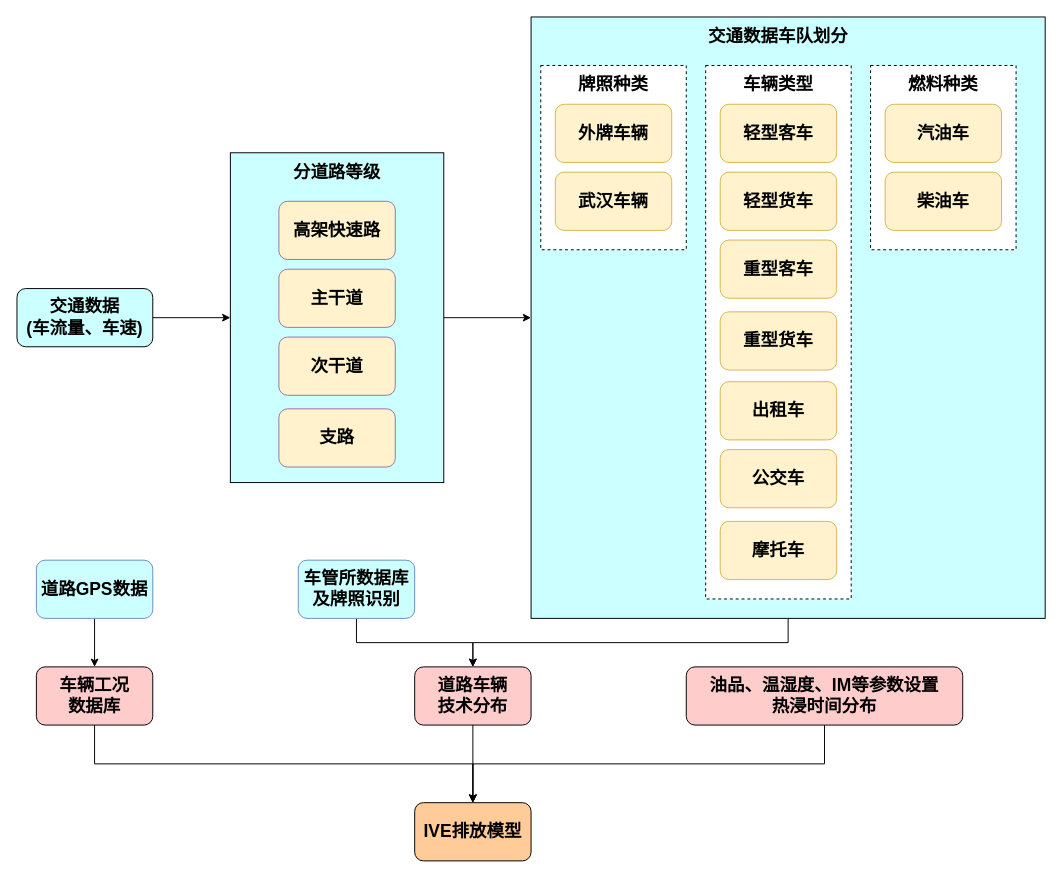
Earlier version of the draw.io diagram IVE数据输入框图.drawio (WienWong/Misc). Source tidied: cells renumbered, new cells numbered last; positions are measured from the earlier drawing's top-left corner, leaving out a move shared by most shapes. Both pictures are drawn from the tidied source at 97%, with x=0, y=0 at pixel (16, 16).
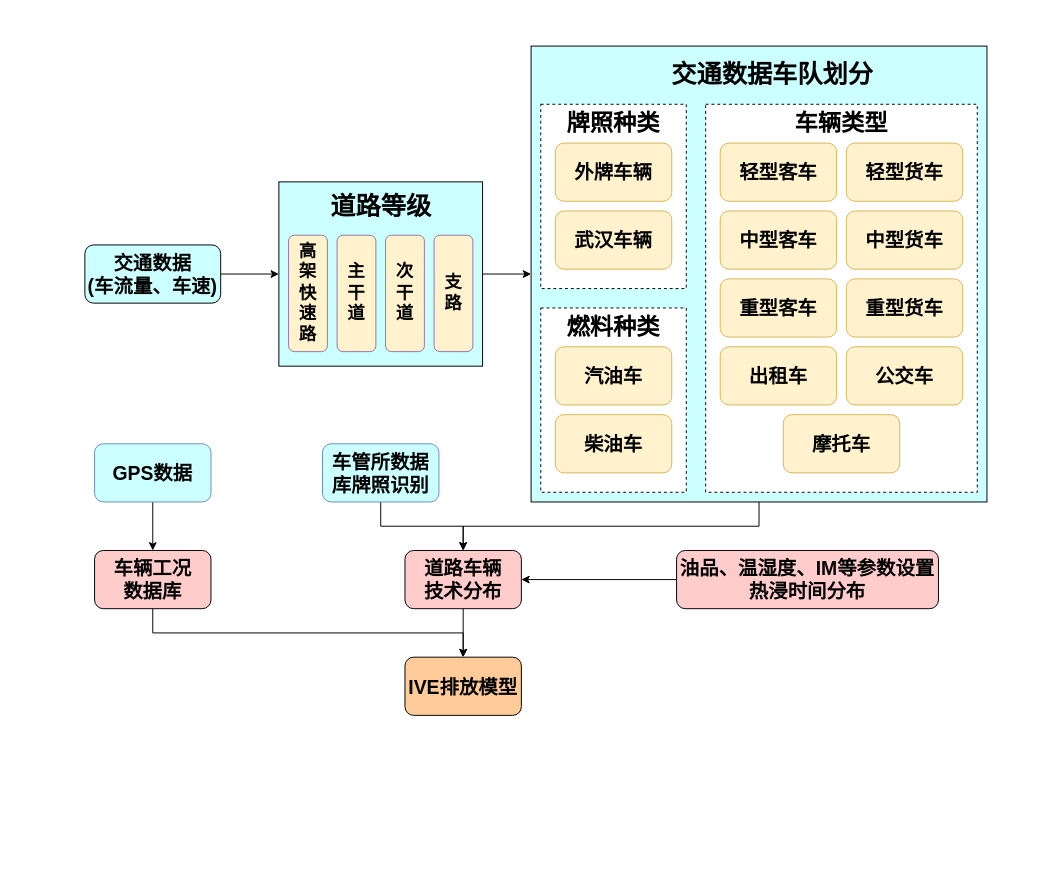
Above is the later version.

Commit message:
Update IVE数据输入框图.drawio

Diff of the diagram source:
```diff
@@
-    <mxCell id="2" style="edgeStyle=orthogonalEdgeStyle;rounded=0;jettySize=auto;html=1;exitX=1;exitY=0.5;exitDx=0;exitDy=0;" parent="1" edge="1" source="3" target="5">
+    <mxCell id="2" style="edgeStyle=orthogonalEdgeStyle;rounded=0;jettySize=auto;html=1;exitX=1;exitY=0.5;exitDx=0;exitDy=0;entryX=0;entryY=0.5;entryDx=0;entryDy=0;" parent="1" edge="1" source="3" target="5">
       <mxGeometry relative="1" as="geometry" />
     </mxCell>
-    <mxCell id="3" value="&lt;font style=&quot;font-size: 18px&quot;&gt;&lt;b&gt;交通数据&lt;br&gt;(车流量、车速)&lt;/b&gt;&lt;/font&gt;" style="rounded=1;whiteSpace=wrap;html=1;fillColor=#CCFFFF;" parent="1" vertex="1">
-      <mxGeometry y="280" width="140" height="60" as="geometry" />
+    <mxCell id="3" value="&lt;font style=&quot;font-size: 20px&quot;&gt;&lt;b&gt;交通数据&lt;br&gt;(车流量、车速)&lt;/b&gt;&lt;/font&gt;" style="rounded=1;whiteSpace=wrap;html=1;fillColor=#CCFFFF;fontSize=20;" parent="1" vertex="1">
+      <mxGeometry x="70" y="235" width="140" height="60" as="geometry" />
     </mxCell>
-    <mxCell id="4" style="edgeStyle=orthogonalEdgeStyle;rounded=0;jettySize=auto;html=1;exitX=1;exitY=0.5;exitDx=0;exitDy=0;" parent="1" edge="1" source="5" target="12">
+    <mxCell id="4" style="edgeStyle=orthogonalEdgeStyle;rounded=0;jettySize=auto;html=1;exitX=1;exitY=0.5;exitDx=0;exitDy=0;entryX=0;entryY=0.5;entryDx=0;entryDy=0;" parent="1" edge="1" source="5" target="12">
       <mxGeometry relative="1" as="geometry" />
     </mxCell>
     <mxCell id="5" style="rounded=0;whiteSpace=wrap;html=1;fillColor=#CCFFFF;" parent="1" vertex="1">
-      <mxGeometry x="220" y="140" width="220" height="340" as="geometry" />
+      <mxGeometry x="270" y="170" width="210" height="190" as="geometry" />
     </mxCell>
-    <mxCell id="6" value="&lt;font style=&quot;font-size: 18px&quot;&gt;&lt;b&gt;高架快速路&lt;/b&gt;&lt;/font&gt;" style="rounded=1;whiteSpace=wrap;html=1;strokeColor=#9673a6;fillColor=#FFF2CC;" parent="1" vertex="1">
-      <mxGeometry x="270" y="190" width="120" height="60" as="geometry" />
+    <mxCell id="6" value="&lt;font style=&quot;font-size: 18px&quot;&gt;&lt;b&gt;高&lt;br&gt;架&lt;br&gt;快&lt;br&gt;速&lt;br&gt;路&lt;/b&gt;&lt;/font&gt;" style="rounded=1;whiteSpace=wrap;html=1;strokeColor=#9673a6;fillColor=#FFF2CC;" parent="1" vertex="1">
+      <mxGeometry x="280" y="225" width="40" height="120" as="geometry" />
     </mxCell>
-    <mxCell id="7" value="&lt;font style=&quot;font-size: 18px&quot;&gt;&lt;b&gt;主干道&lt;/b&gt;&lt;/font&gt;" style="rounded=1;whiteSpace=wrap;html=1;strokeColor=#9673a6;fillColor=#FFF2CC;" parent="1" vertex="1">
-      <mxGeometry x="270" y="260" width="120" height="60" as="geometry" />
-    </mxCell>
-    <mxCell id="8" value="&lt;font style=&quot;font-size: 18px&quot;&gt;&lt;b&gt;次干道&lt;/b&gt;&lt;/font&gt;" style="rounded=1;whiteSpace=wrap;html=1;strokeColor=#9673a6;fillColor=#FFF2CC;" parent="1" vertex="1">
-      <mxGeometry x="270" y="330" width="120" height="60" as="geometry" />
-    </mxCell>
-    <mxCell id="9" value="&lt;font style=&quot;font-size: 18px&quot;&gt;&lt;b&gt;支路&lt;/b&gt;&lt;/font&gt;" style="rounded=1;whiteSpace=wrap;html=1;strokeColor=#9673a6;fillColor=#FFF2CC;" parent="1" vertex="1">
-      <mxGeometry x="270" y="404" width="120" height="60" as="geometry" />
-    </mxCell>
-    <mxCell id="10" value="&lt;font style=&quot;font-size: 18px&quot;&gt;&lt;b&gt;分道路等级&lt;/b&gt;&lt;/font&gt;" style="text;html=1;strokeColor=none;fillColor=none;align=center;verticalAlign=middle;whiteSpace=wrap;rounded=0;" parent="1" vertex="1">
-      <mxGeometry x="275" y="150" width="110" height="20" as="geometry" />
+    <mxCell id="10" value="&lt;font style=&quot;font-size: 26px&quot;&gt;&lt;b&gt;道路等级&lt;/b&gt;&lt;/font&gt;" style="text;html=1;strokeColor=none;fillColor=none;align=center;verticalAlign=middle;whiteSpace=wrap;rounded=0;" parent="1" vertex="1">
+      <mxGeometry x="293.8" y="186" width="162.5" height="20" as="geometry" />
     </mxCell>
@@
     <mxCell id="12" style="rounded=0;whiteSpace=wrap;html=1;fillColor=#CCFFFF;" parent="1" vertex="1">
-      <mxGeometry x="530" width="530" height="620" as="geometry" />
+      <mxGeometry x="530" y="30" width="470" height="470" as="geometry" />
     </mxCell>
-    <mxCell id="13" value="&lt;font style=&quot;font-size: 18px&quot;&gt;&lt;b&gt;交通数据车队划分&lt;/b&gt;&lt;/font&gt;" style="text;html=1;strokeColor=none;fillColor=none;align=center;verticalAlign=middle;whiteSpace=wrap;rounded=0;" parent="1" vertex="1">
-      <mxGeometry x="705" y="10" width="160" height="20" as="geometry" />
+    <mxCell id="13" value="&lt;font style=&quot;font-size: 26px&quot;&gt;&lt;b&gt;交通数据车队划分&lt;/b&gt;&lt;/font&gt;" style="text;html=1;strokeColor=none;fillColor=none;align=center;verticalAlign=middle;whiteSpace=wrap;rounded=0;fontSize=26;" parent="1" vertex="1">
+      <mxGeometry x="620" y="50" width="317.5" height="20" as="geometry" />
     </mxCell>
     <mxCell id="14" style="rounded=0;whiteSpace=wrap;html=1;dashed=1;" parent="1" vertex="1">
-      <mxGeometry x="540" y="50" width="150" height="190" as="geometry" />
+      <mxGeometry x="540" y="90" width="150" height="190" as="geometry" />
     </mxCell>
-    <mxCell id="15" value="&lt;font style=&quot;font-size: 18px&quot;&gt;&lt;b&gt;牌照种类&lt;/b&gt;&lt;/font&gt;" style="text;html=1;strokeColor=none;fillColor=none;align=center;verticalAlign=middle;whiteSpace=wrap;rounded=0;" parent="1" vertex="1">
-      <mxGeometry x="560" y="60" width="110" height="20" as="geometry" />
+    <mxCell id="15" value="&lt;font style=&quot;font-size: 24px&quot;&gt;&lt;b&gt;牌照种类&lt;/b&gt;&lt;/font&gt;" style="text;html=1;strokeColor=none;fillColor=none;align=center;verticalAlign=middle;whiteSpace=wrap;rounded=0;" parent="1" vertex="1">
+      <mxGeometry x="560" y="100" width="110" height="20" as="geometry" />
     </mxCell>
-    <mxCell id="16" value="&lt;font style=&quot;font-size: 18px&quot;&gt;&lt;b&gt;外牌车辆&lt;/b&gt;&lt;/font&gt;" style="rounded=1;whiteSpace=wrap;html=1;fillColor=#fff2cc;strokeColor=#d6b656;" parent="1" vertex="1">
-      <mxGeometry x="555" y="90" width="120" height="60" as="geometry" />
+    <mxCell id="16" value="&lt;font style=&quot;font-size: 20px&quot;&gt;&lt;b&gt;外牌车辆&lt;/b&gt;&lt;/font&gt;" style="rounded=1;whiteSpace=wrap;html=1;fillColor=#fff2cc;strokeColor=#d6b656;" parent="1" vertex="1">
+      <mxGeometry x="555" y="130" width="120" height="60" as="geometry" />
     </mxCell>
-    <mxCell id="17" value="&lt;font style=&quot;font-size: 18px&quot;&gt;&lt;b&gt;武汉车辆&lt;/b&gt;&lt;/font&gt;" style="rounded=1;whiteSpace=wrap;html=1;fillColor=#fff2cc;strokeColor=#d6b656;" parent="1" vertex="1">
-      <mxGeometry x="555" y="160" width="120" height="60" as="geometry" />
+    <mxCell id="17" value="&lt;font style=&quot;font-size: 20px&quot;&gt;&lt;b&gt;武汉车辆&lt;/b&gt;&lt;/font&gt;" style="rounded=1;whiteSpace=wrap;html=1;fillColor=#fff2cc;strokeColor=#d6b656;" parent="1" vertex="1">
+      <mxGeometry x="555" y="200" width="120" height="60" as="geometry" />
     </mxCell>
     <mxCell id="18" style="rounded=0;whiteSpace=wrap;html=1;dashed=1;" parent="1" vertex="1">
-      <mxGeometry x="710" y="50" width="150" height="550" as="geometry" />
+      <mxGeometry x="710" y="90" width="280" height="400" as="geometry" />
     </mxCell>
-    <mxCell id="19" value="&lt;font style=&quot;font-size: 18px&quot;&gt;&lt;b&gt;车辆类型&lt;/b&gt;&lt;/font&gt;" style="text;html=1;strokeColor=none;fillColor=none;align=center;verticalAlign=middle;whiteSpace=wrap;rounded=0;" parent="1" vertex="1">
-      <mxGeometry x="730" y="60" width="110" height="20" as="geometry" />
+    <mxCell id="19" value="&lt;font style=&quot;font-size: 24px&quot;&gt;&lt;b&gt;车辆类型&lt;/b&gt;&lt;/font&gt;" style="text;html=1;strokeColor=none;fillColor=none;align=center;verticalAlign=middle;whiteSpace=wrap;rounded=0;" parent="1" vertex="1">
+      <mxGeometry x="795" y="100" width="110" height="20" as="geometry" />
     </mxCell>
-    <mxCell id="20" value="&lt;font style=&quot;font-size: 18px&quot;&gt;&lt;b&gt;轻型客车&lt;/b&gt;&lt;/font&gt;" style="rounded=1;whiteSpace=wrap;html=1;fillColor=#fff2cc;strokeColor=#d6b656;" parent="1" vertex="1">
-      <mxGeometry x="725" y="90" width="120" height="60" as="geometry" />
+    <mxCell id="20" value="&lt;font style=&quot;font-size: 20px&quot;&gt;&lt;b&gt;轻型客车&lt;/b&gt;&lt;/font&gt;" style="rounded=1;whiteSpace=wrap;html=1;fillColor=#fff2cc;strokeColor=#d6b656;" parent="1" vertex="1">
+      <mxGeometry x="725" y="130" width="120" height="60" as="geometry" />
     </mxCell>
-    <mxCell id="21" value="&lt;font style=&quot;font-size: 18px&quot;&gt;&lt;b&gt;轻型货车&lt;/b&gt;&lt;/font&gt;" style="rounded=1;whiteSpace=wrap;html=1;fillColor=#fff2cc;strokeColor=#d6b656;" parent="1" vertex="1">
-      <mxGeometry x="725" y="160" width="120" height="60" as="geometry" />
+    <mxCell id="21" value="&lt;font style=&quot;font-size: 20px&quot;&gt;&lt;b&gt;轻型货车&lt;/b&gt;&lt;/font&gt;" style="rounded=1;whiteSpace=wrap;html=1;fillColor=#fff2cc;strokeColor=#d6b656;" parent="1" vertex="1">
+      <mxGeometry x="855" y="130" width="120" height="60" as="geometry" />
     </mxCell>
-    <mxCell id="22" value="&lt;font style=&quot;font-size: 18px&quot;&gt;&lt;b&gt;重型客车&lt;/b&gt;&lt;/font&gt;" style="rounded=1;whiteSpace=wrap;html=1;fillColor=#fff2cc;strokeColor=#d6b656;" parent="1" vertex="1">
-      <mxGeometry x="725" y="230" width="120" height="60" as="geometry" />
+    <mxCell id="22" value="&lt;font style=&quot;font-size: 20px&quot;&gt;&lt;b&gt;重型客车&lt;/b&gt;&lt;/font&gt;" style="rounded=1;whiteSpace=wrap;html=1;fillColor=#fff2cc;strokeColor=#d6b656;" parent="1" vertex="1">
+      <mxGeometry x="725" y="270" width="120" height="60" as="geometry" />
     </mxCell>
-    <mxCell id="23" value="&lt;font style=&quot;font-size: 18px&quot;&gt;&lt;b&gt;重型货车&lt;/b&gt;&lt;/font&gt;" style="rounded=1;whiteSpace=wrap;html=1;fillColor=#fff2cc;strokeColor=#d6b656;" parent="1" vertex="1">
-      <mxGeometry x="725" y="304" width="120" height="60" as="geometry" />
+    <mxCell id="23" value="&lt;font style=&quot;font-size: 20px&quot;&gt;&lt;b&gt;中型货车&lt;/b&gt;&lt;/font&gt;" style="rounded=1;whiteSpace=wrap;html=1;fillColor=#fff2cc;strokeColor=#d6b656;" parent="1" vertex="1">
+      <mxGeometry x="855" y="200" width="120" height="60" as="geometry" />
     </mxCell>
-    <mxCell id="24" value="&lt;font style=&quot;font-size: 18px&quot;&gt;&lt;b&gt;出租车&lt;/b&gt;&lt;/font&gt;" style="rounded=1;whiteSpace=wrap;html=1;fillColor=#fff2cc;strokeColor=#d6b656;" parent="1" vertex="1">
-      <mxGeometry x="725" y="376" width="120" height="60" as="geometry" />
+    <mxCell id="24" value="&lt;font style=&quot;font-size: 20px&quot;&gt;&lt;b&gt;出租车&lt;/b&gt;&lt;/font&gt;" style="rounded=1;whiteSpace=wrap;html=1;fillColor=#fff2cc;strokeColor=#d6b656;" parent="1" vertex="1">
+      <mxGeometry x="725" y="340" width="120" height="60" as="geometry" />
     </mxCell>
-    <mxCell id="25" value="&lt;font style=&quot;font-size: 18px&quot;&gt;&lt;b&gt;公交车&lt;/b&gt;&lt;/font&gt;" style="rounded=1;whiteSpace=wrap;html=1;fillColor=#fff2cc;strokeColor=#d6b656;" parent="1" vertex="1">
-      <mxGeometry x="725" y="446" width="120" height="60" as="geometry" />
+    <mxCell id="25" value="&lt;font style=&quot;font-size: 20px&quot;&gt;&lt;b&gt;公交车&lt;/b&gt;&lt;/font&gt;" style="rounded=1;whiteSpace=wrap;html=1;fillColor=#fff2cc;strokeColor=#d6b656;" parent="1" vertex="1">
+      <mxGeometry x="855" y="340" width="120" height="60" as="geometry" />
     </mxCell>
-    <mxCell id="26" value="&lt;font style=&quot;font-size: 18px&quot;&gt;&lt;b&gt;摩托车&lt;/b&gt;&lt;/font&gt;" style="rounded=1;whiteSpace=wrap;html=1;fillColor=#fff2cc;strokeColor=#d6b656;" parent="1" vertex="1">
-      <mxGeometry x="725" y="520" width="120" height="60" as="geometry" />
+    <mxCell id="26" value="&lt;font style=&quot;font-size: 20px&quot;&gt;&lt;b&gt;摩托车&lt;/b&gt;&lt;/font&gt;" style="rounded=1;whiteSpace=wrap;html=1;fillColor=#fff2cc;strokeColor=#d6b656;" parent="1" vertex="1">
+      <mxGeometry x="790" y="410" width="120" height="60" as="geometry" />
     </mxCell>
     <mxCell id="27" style="rounded=0;whiteSpace=wrap;html=1;dashed=1;" parent="1" vertex="1">
-      <mxGeometry x="880" y="50" width="150" height="190" as="geometry" />
+      <mxGeometry x="540" y="300" width="150" height="190" as="geometry" />
     </mxCell>
-    <mxCell id="28" value="&lt;font style=&quot;font-size: 18px&quot;&gt;&lt;b&gt;燃料种类&lt;/b&gt;&lt;/font&gt;" style="text;html=1;strokeColor=none;fillColor=none;align=center;verticalAlign=middle;whiteSpace=wrap;rounded=0;" parent="1" vertex="1">
-      <mxGeometry x="900" y="60" width="110" height="20" as="geometry" />
+    <mxCell id="28" value="&lt;font style=&quot;font-size: 24px&quot;&gt;&lt;b&gt;燃料种类&lt;/b&gt;&lt;/font&gt;" style="text;html=1;strokeColor=none;fillColor=none;align=center;verticalAlign=middle;whiteSpace=wrap;rounded=0;" parent="1" vertex="1">
+      <mxGeometry x="560" y="310" width="110" height="20" as="geometry" />
     </mxCell>
-    <mxCell id="29" value="&lt;font style=&quot;font-size: 18px&quot;&gt;&lt;b&gt;汽油车&lt;/b&gt;&lt;/font&gt;" style="rounded=1;whiteSpace=wrap;html=1;fillColor=#fff2cc;strokeColor=#d6b656;" parent="1" vertex="1">
-      <mxGeometry x="895" y="90" width="120" height="60" as="geometry" />
+    <mxCell id="29" value="&lt;font style=&quot;font-size: 20px&quot;&gt;&lt;b&gt;汽油车&lt;/b&gt;&lt;/font&gt;" style="rounded=1;whiteSpace=wrap;html=1;fillColor=#fff2cc;strokeColor=#d6b656;" parent="1" vertex="1">
+      <mxGeometry x="555" y="340" width="120" height="60" as="geometry" />
     </mxCell>
-    <mxCell id="30" value="&lt;font style=&quot;font-size: 18px&quot;&gt;&lt;b&gt;柴油车&lt;/b&gt;&lt;/font&gt;" style="rounded=1;whiteSpace=wrap;html=1;fillColor=#fff2cc;strokeColor=#d6b656;" parent="1" vertex="1">
-      <mxGeometry x="895" y="160" width="120" height="60" as="geometry" />
+    <mxCell id="30" value="&lt;font style=&quot;font-size: 20px&quot;&gt;&lt;b&gt;柴油车&lt;/b&gt;&lt;/font&gt;" style="rounded=1;whiteSpace=wrap;html=1;fillColor=#fff2cc;strokeColor=#d6b656;" parent="1" vertex="1">
+      <mxGeometry x="555" y="410" width="120" height="60" as="geometry" />
     </mxCell>
@@
-    <mxCell id="32" value="&lt;font style=&quot;font-size: 18px&quot;&gt;&lt;b&gt;道路GPS数据&lt;/b&gt;&lt;/font&gt;" style="rounded=1;whiteSpace=wrap;html=1;strokeColor=#6c8ebf;fillColor=#CCFFFF;" parent="1" vertex="1">
-      <mxGeometry x="20" y="560" width="120" height="60" as="geometry" />
+    <mxCell id="32" value="&lt;font style=&quot;font-size: 20px&quot;&gt;&lt;b&gt;GPS数据&lt;/b&gt;&lt;/font&gt;" style="rounded=1;whiteSpace=wrap;html=1;strokeColor=#6c8ebf;fillColor=#CCFFFF;" parent="1" vertex="1">
+      <mxGeometry x="80" y="440" width="120" height="60" as="geometry" />
     </mxCell>
@@
-    <mxCell id="34" value="&lt;font style=&quot;font-size: 18px&quot;&gt;&lt;b&gt;车管所数据库及牌照识别&lt;/b&gt;&lt;/font&gt;" style="rounded=1;whiteSpace=wrap;html=1;strokeColor=#6c8ebf;fillColor=#CCFFFF;" parent="1" vertex="1">
-      <mxGeometry x="290" y="560" width="120" height="60" as="geometry" />
+    <mxCell id="34" value="&lt;font style=&quot;font-size: 20px&quot;&gt;&lt;b&gt;车管所数据库牌照识别&lt;/b&gt;&lt;/font&gt;" style="rounded=1;whiteSpace=wrap;html=1;strokeColor=#6c8ebf;fillColor=#CCFFFF;" parent="1" vertex="1">
+      <mxGeometry x="315" y="440" width="120" height="60" as="geometry" />
     </mxCell>
@@
-    <mxCell id="36" value="&lt;font style=&quot;font-size: 18px&quot;&gt;&lt;b&gt;车辆工况&lt;br&gt;数据库&lt;/b&gt;&lt;/font&gt;" style="rounded=1;whiteSpace=wrap;html=1;fillColor=#FFCCCC;" parent="1" vertex="1">
-      <mxGeometry x="20" y="670" width="120" height="60" as="geometry" />
+    <mxCell id="36" value="&lt;font style=&quot;font-size: 20px&quot;&gt;&lt;b&gt;车辆工况&lt;br&gt;数据库&lt;/b&gt;&lt;/font&gt;" style="rounded=1;whiteSpace=wrap;html=1;fillColor=#FFCCCC;" parent="1" vertex="1">
+      <mxGeometry x="80" y="550" width="120" height="60" as="geometry" />
     </mxCell>
@@
-    <mxCell id="38" value="&lt;font style=&quot;font-size: 18px&quot;&gt;&lt;b&gt;道路车辆&lt;br&gt;技术分布&lt;/b&gt;&lt;/font&gt;" style="rounded=1;whiteSpace=wrap;html=1;fillColor=#FFCCCC;" parent="1" vertex="1">
-      <mxGeometry x="410" y="670" width="120" height="60" as="geometry" />
+    <mxCell id="38" value="&lt;font style=&quot;font-size: 20px&quot;&gt;&lt;b&gt;道路车辆&lt;br&gt;技术分布&lt;/b&gt;&lt;/font&gt;" style="rounded=1;whiteSpace=wrap;html=1;fillColor=#FFCCCC;" parent="1" vertex="1">
+      <mxGeometry x="400" y="550" width="120" height="60" as="geometry" />
     </mxCell>
-    <mxCell id="39" style="edgeStyle=orthogonalEdgeStyle;rounded=0;jettySize=auto;html=1;exitX=0.5;exitY=1;exitDx=0;exitDy=0;entryX=0.5;entryY=0;entryDx=0;entryDy=0;" parent="1" edge="1" source="40" target="41">
-      <mxGeometry relative="1" as="geometry" />
-    </mxCell>
+    <mxCell id="42" style="edgeStyle=orthogonalEdgeStyle;rounded=0;jettySize=auto;html=1;exitX=0;exitY=0.5;exitDx=0;exitDy=0;" parent="1" edge="1" source="40" target="38">
+      <mxGeometry relative="1" as="geometry" />
+    </mxCell>
-    <mxCell id="40" value="&lt;span style=&quot;font-size: 18px&quot;&gt;&lt;b&gt;油品、温湿度、IM等参数设置&lt;br&gt;热浸时间分布&lt;br&gt;&lt;/b&gt;&lt;/span&gt;" style="rounded=1;whiteSpace=wrap;html=1;fillColor=#FFCCCC;" parent="1" vertex="1">
-      <mxGeometry x="690" y="670" width="285" height="60" as="geometry" />
+    <mxCell id="40" value="&lt;b&gt;&lt;font style=&quot;font-size: 20px&quot;&gt;油品、温湿度、IM等参数设置&lt;br&gt;热浸时间分布&lt;/font&gt;&lt;br&gt;&lt;/b&gt;" style="rounded=1;whiteSpace=wrap;html=1;fillColor=#FFCCCC;" parent="1" vertex="1">
+      <mxGeometry x="680" y="550" width="270" height="60" as="geometry" />
     </mxCell>
-    <mxCell id="41" value="&lt;span style=&quot;font-size: 18px&quot;&gt;&lt;b&gt;IVE排放模型&lt;/b&gt;&lt;/span&gt;" style="rounded=1;whiteSpace=wrap;html=1;fillColor=#FFCC99;" parent="1" vertex="1">
-      <mxGeometry x="410" y="810" width="120" height="60" as="geometry" />
+    <mxCell id="41" value="&lt;b&gt;&lt;font style=&quot;font-size: 20px&quot;&gt;IVE排放模型&lt;/font&gt;&lt;/b&gt;" style="rounded=1;whiteSpace=wrap;html=1;fillColor=#FFCC99;" parent="1" vertex="1">
+      <mxGeometry x="400" y="660" width="120" height="60" as="geometry" />
     </mxCell>
+    <mxCell id="43" value="&lt;span style=&quot;font-size: 18px&quot;&gt;&lt;b&gt;主&lt;br&gt;干&lt;br&gt;道&lt;/b&gt;&lt;/span&gt;" style="rounded=1;whiteSpace=wrap;html=1;strokeColor=#9673a6;fillColor=#FFF2CC;" parent="1" vertex="1">
+      <mxGeometry x="330" y="225" width="40" height="120" as="geometry" />
+    </mxCell>
+    <mxCell id="44" value="&lt;span style=&quot;font-size: 18px&quot;&gt;&lt;b&gt;次&lt;br&gt;干&lt;br&gt;道&lt;/b&gt;&lt;/span&gt;" style="rounded=1;whiteSpace=wrap;html=1;strokeColor=#9673a6;fillColor=#FFF2CC;" parent="1" vertex="1">
+      <mxGeometry x="380" y="225" width="40" height="120" as="geometry" />
+    </mxCell>
+    <mxCell id="45" value="&lt;span style=&quot;font-size: 18px&quot;&gt;&lt;b&gt;支&lt;br&gt;路&lt;/b&gt;&lt;/span&gt;" style="rounded=1;whiteSpace=wrap;html=1;strokeColor=#9673a6;fillColor=#FFF2CC;" parent="1" vertex="1">
+      <mxGeometry x="430" y="225" width="40" height="120" as="geometry" />
+    </mxCell>
+    <mxCell id="46" value="&lt;font style=&quot;font-size: 20px&quot;&gt;&lt;b&gt;中型客车&lt;/b&gt;&lt;/font&gt;" style="rounded=1;whiteSpace=wrap;html=1;fillColor=#fff2cc;strokeColor=#d6b656;" parent="1" vertex="1">
+      <mxGeometry x="725" y="200" width="120" height="60" as="geometry" />
+    </mxCell>
+    <mxCell id="47" value="&lt;font style=&quot;font-size: 20px&quot;&gt;&lt;b&gt;重型货车&lt;/b&gt;&lt;/font&gt;" style="rounded=1;whiteSpace=wrap;html=1;fillColor=#fff2cc;strokeColor=#d6b656;" parent="1" vertex="1">
+      <mxGeometry x="855" y="270" width="120" height="60" as="geometry" />
+    </mxCell>
```
